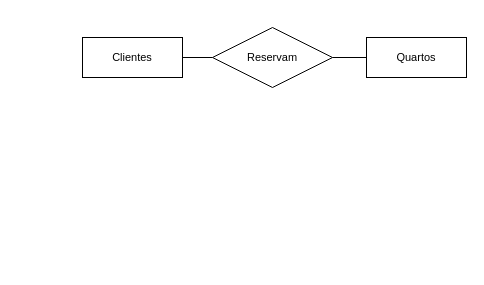
Earlier version of the draw.io diagram dever sala.drawio (adiantaduh/bd1). Source tidied: cells renumbered, new cells numbered last; positions are measured from the earlier drawing's top-left corner, leaving out a move shared by most shapes. Both pictures are drawn from the tidied source at 100%, with x=0, y=0 at pixel (82, 27).
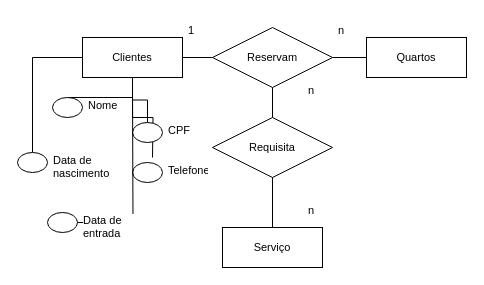
The same diagram, later.

The change refers to these unchanged cells:
```xml
<mxCell id="3" value="Clientes" style="whiteSpace=wrap;html=1;align=center;fontFamily=Helvetica;fontSize=11;fontColor=default;labelBackgroundColor=default;" parent="1" vertex="1">
  <mxGeometry y="10" width="100" height="40" as="geometry" />
</mxCell>
<mxCell id="6" value="Reservam" style="shape=rhombus;perimeter=rhombusPerimeter;whiteSpace=wrap;html=1;align=center;fontFamily=Helvetica;fontSize=11;fontColor=default;labelBackgroundColor=default;" parent="1" vertex="1">
  <mxGeometry x="130" width="120" height="60" as="geometry" />
</mxCell>
```

Change to the diagram source:
```diff
@@
+    <mxCell id="7" style="edgeStyle=orthogonalEdgeStyle;shape=connector;rounded=0;jettySize=auto;html=1;entryX=0.5;entryY=0;entryDx=0;entryDy=0;strokeColor=default;align=center;verticalAlign=middle;fontFamily=Helvetica;fontSize=11;fontColor=default;labelBackgroundColor=default;endArrow=none;endFill=0;" parent="1" edge="1" source="3" target="12">
+      <mxGeometry relative="1" as="geometry" />
+    </mxCell>
+    <mxCell id="8" style="edgeStyle=orthogonalEdgeStyle;shape=connector;rounded=0;jettySize=auto;html=1;entryX=0.5;entryY=0;entryDx=0;entryDy=0;strokeColor=default;align=center;verticalAlign=middle;fontFamily=Helvetica;fontSize=11;fontColor=default;labelBackgroundColor=default;endArrow=none;endFill=0;" parent="1" edge="1" source="3" target="14">
+      <mxGeometry relative="1" as="geometry" />
+    </mxCell>
+    <mxCell id="9" style="edgeStyle=orthogonalEdgeStyle;shape=connector;rounded=0;jettySize=auto;html=1;entryX=0.5;entryY=0;entryDx=0;entryDy=0;strokeColor=default;align=center;verticalAlign=middle;fontFamily=Helvetica;fontSize=11;fontColor=default;labelBackgroundColor=default;endArrow=none;endFill=0;" parent="1" edge="1" source="3" target="16">
+      <mxGeometry relative="1" as="geometry" />
+    </mxCell>
+    <mxCell id="10" style="edgeStyle=orthogonalEdgeStyle;shape=connector;rounded=0;jettySize=auto;html=1;strokeColor=default;align=center;verticalAlign=middle;fontFamily=Helvetica;fontSize=11;fontColor=default;labelBackgroundColor=default;endArrow=none;endFill=0;" parent="1" edge="1" source="3">
+      <mxGeometry relative="1" as="geometry">
+        <mxPoint x="70" y="130" as="targetPoint" />
+      </mxGeometry>
+    </mxCell>
@@
+    <mxCell id="11" style="edgeStyle=orthogonalEdgeStyle;shape=connector;rounded=0;jettySize=auto;html=1;strokeColor=default;align=center;verticalAlign=middle;fontFamily=Helvetica;fontSize=11;fontColor=default;labelBackgroundColor=default;endArrow=none;endFill=0;" parent="1" edge="1" source="6" target="25">
+      <mxGeometry relative="1" as="geometry" />
+    </mxCell>
@@
+    <mxCell id="12" style="ellipse;whiteSpace=wrap;html=1;align=center;fontFamily=Helvetica;fontSize=11;fontColor=default;labelBackgroundColor=default;" parent="1" vertex="1">
+      <mxGeometry x="-30" y="70" width="30" height="20" as="geometry" />
+    </mxCell>
+    <mxCell id="13" value="Nome" style="text;strokeColor=none;fillColor=none;spacingLeft=4;spacingRight=4;overflow=hidden;fontSize=11;whiteSpace=wrap;html=1;fontFamily=Helvetica;fontColor=default;labelBackgroundColor=default;" parent="1" vertex="1">
+      <mxGeometry y="65" width="40" height="30" as="geometry" />
+    </mxCell>
+    <mxCell id="14" style="ellipse;whiteSpace=wrap;html=1;align=center;fontFamily=Helvetica;fontSize=11;fontColor=default;labelBackgroundColor=default;" parent="1" vertex="1">
+      <mxGeometry x="50" y="95" width="30" height="20" as="geometry" />
+    </mxCell>
+    <mxCell id="15" value="CPF" style="text;strokeColor=none;fillColor=none;spacingLeft=4;spacingRight=4;overflow=hidden;fontSize=11;whiteSpace=wrap;html=1;fontFamily=Helvetica;fontColor=default;labelBackgroundColor=default;" parent="1" vertex="1">
+      <mxGeometry x="80" y="90" width="40" height="30" as="geometry" />
+    </mxCell>
+    <mxCell id="16" style="ellipse;whiteSpace=wrap;html=1;align=center;fontFamily=Helvetica;fontSize=11;fontColor=default;labelBackgroundColor=default;" parent="1" vertex="1">
+      <mxGeometry x="-65" y="125" width="30" height="20" as="geometry" />
+    </mxCell>
+    <mxCell id="17" value="Data de nascimento" style="text;strokeColor=none;fillColor=none;spacingLeft=4;spacingRight=4;overflow=hidden;fontSize=11;whiteSpace=wrap;html=1;fontFamily=Helvetica;fontColor=default;labelBackgroundColor=default;" parent="1" vertex="1">
+      <mxGeometry x="-35" y="120" width="75" height="30" as="geometry" />
+    </mxCell>
+    <mxCell id="18" style="ellipse;whiteSpace=wrap;html=1;align=center;fontFamily=Helvetica;fontSize=11;fontColor=default;labelBackgroundColor=default;" parent="1" vertex="1">
+      <mxGeometry x="50" y="135" width="30" height="20" as="geometry" />
+    </mxCell>
+    <mxCell id="19" value="Telefone&lt;div&gt;&lt;br&gt;&lt;/div&gt;" style="text;strokeColor=none;fillColor=none;spacingLeft=4;spacingRight=4;overflow=hidden;fontSize=11;whiteSpace=wrap;html=1;fontFamily=Helvetica;fontColor=default;labelBackgroundColor=default;" parent="1" vertex="1">
+      <mxGeometry x="80" y="130" width="50" height="30" as="geometry" />
+    </mxCell>
+    <mxCell id="20" value="1" style="text;strokeColor=none;fillColor=none;spacingLeft=4;spacingRight=4;overflow=hidden;fontSize=11;whiteSpace=wrap;html=1;fontFamily=Helvetica;fontColor=default;labelBackgroundColor=default;" parent="1" vertex="1">
+      <mxGeometry x="100" y="-10" width="40" height="30" as="geometry" />
+    </mxCell>
+    <mxCell id="21" value="n" style="text;strokeColor=none;fillColor=none;spacingLeft=4;spacingRight=4;overflow=hidden;fontSize=11;whiteSpace=wrap;html=1;fontFamily=Helvetica;fontColor=default;labelBackgroundColor=default;" parent="1" vertex="1">
+      <mxGeometry x="250" y="-10" width="40" height="30" as="geometry" />
+    </mxCell>
+    <mxCell id="22" style="edgeStyle=orthogonalEdgeStyle;shape=connector;rounded=0;jettySize=auto;html=1;strokeColor=default;align=center;verticalAlign=middle;fontFamily=Helvetica;fontSize=11;fontColor=default;labelBackgroundColor=default;endArrow=none;endFill=0;" parent="1" edge="1" source="23">
+      <mxGeometry relative="1" as="geometry">
+        <mxPoint x="50" y="60" as="targetPoint" />
+      </mxGeometry>
+    </mxCell>
+    <mxCell id="23" style="ellipse;whiteSpace=wrap;html=1;align=center;fontFamily=Helvetica;fontSize=11;fontColor=default;labelBackgroundColor=default;" parent="1" vertex="1">
+      <mxGeometry x="-35" y="185" width="30" height="20" as="geometry" />
+    </mxCell>
+    <mxCell id="24" value="Data de entrada" style="text;strokeColor=none;fillColor=none;spacingLeft=4;spacingRight=4;overflow=hidden;fontSize=11;whiteSpace=wrap;html=1;fontFamily=Helvetica;fontColor=default;labelBackgroundColor=default;" parent="1" vertex="1">
+      <mxGeometry x="-5" y="180" width="75" height="30" as="geometry" />
+    </mxCell>
+    <mxCell id="25" value="Serviço" style="whiteSpace=wrap;html=1;align=center;fontFamily=Helvetica;fontSize=11;fontColor=default;labelBackgroundColor=default;" parent="1" vertex="1">
+      <mxGeometry x="140" y="200" width="100" height="40" as="geometry" />
+    </mxCell>
+    <mxCell id="26" value="Requisita" style="shape=rhombus;perimeter=rhombusPerimeter;whiteSpace=wrap;html=1;align=center;fontFamily=Helvetica;fontSize=11;fontColor=default;labelBackgroundColor=default;" parent="1" vertex="1">
+      <mxGeometry x="130" y="90" width="120" height="60" as="geometry" />
+    </mxCell>
+    <mxCell id="27" value="n" style="text;strokeColor=none;fillColor=none;spacingLeft=4;spacingRight=4;overflow=hidden;fontSize=11;whiteSpace=wrap;html=1;fontFamily=Helvetica;fontColor=default;labelBackgroundColor=default;" parent="1" vertex="1">
+      <mxGeometry x="220" y="50" width="40" height="30" as="geometry" />
+    </mxCell>
+    <mxCell id="28" value="n" style="text;strokeColor=none;fillColor=none;spacingLeft=4;spacingRight=4;overflow=hidden;fontSize=11;whiteSpace=wrap;html=1;fontFamily=Helvetica;fontColor=default;labelBackgroundColor=default;" parent="1" vertex="1">
+      <mxGeometry x="220" y="170" width="40" height="30" as="geometry" />
+    </mxCell>
```
